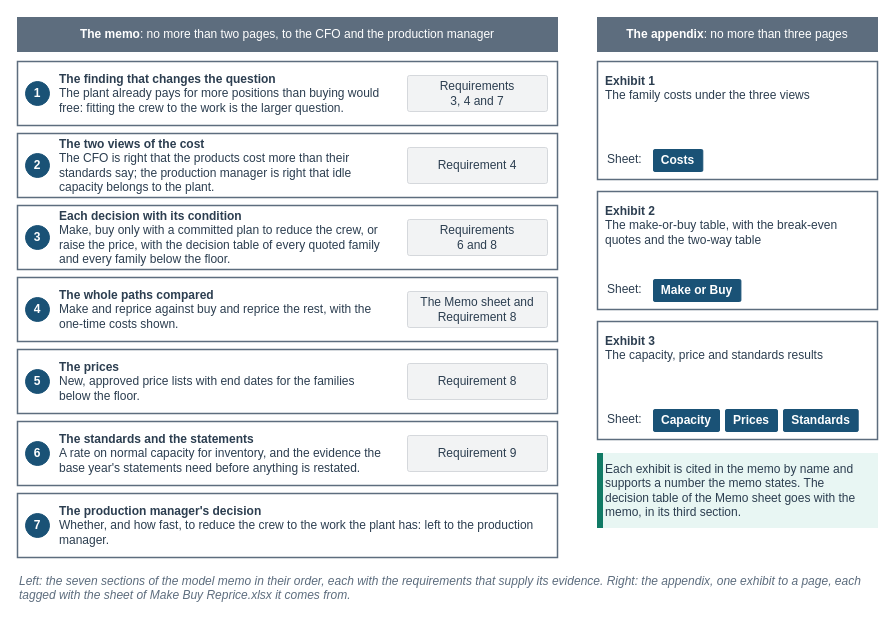
The draw.io diagram facts/instructor/figures/chapter-18-make-buy-or-reprice/IF-18-10-B.drawio in mmcodesso/Accounting_Analytics_Book, before the edit. Source tidied: cells renumbered, new cells numbered last; positions are measured from the earlier drawing's top-left corner, leaving out a move shared by most shapes. Both pictures are drawn from the tidied source at 100%, with x=0, y=0 at pixel (17, 17).
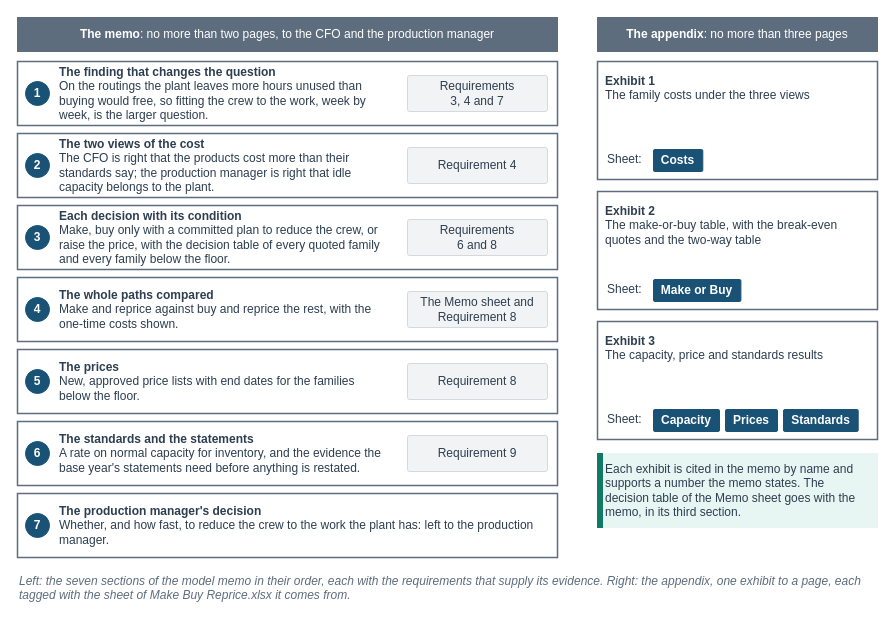
Above is the later version.

Diff of the diagram source:
```diff
@@
-    <mxCell id="7" value="&lt;b&gt;The finding that changes the question&lt;/b&gt;&lt;br&gt;The plant already pays for more positions than buying would free: fitting the crew to the work is the larger question." style="text;html=1;whiteSpace=wrap;align=left;verticalAlign=middle;fontSize=12;fontColor=#2C3E50;fontStyle=0;fontFamily=Helvetica;spacing=2;fillColor=none;strokeColor=none;" parent="1" vertex="1">
+    <mxCell id="7" value="&lt;b&gt;The finding that changes the question&lt;/b&gt;&lt;br&gt;On the routings the plant leaves more hours unused than buying would free, so fitting the crew to the work, week by week, is the larger question." style="text;html=1;whiteSpace=wrap;align=left;verticalAlign=middle;fontSize=12;fontColor=#2C3E50;fontStyle=0;fontFamily=Helvetica;spacing=2;fillColor=none;strokeColor=none;" parent="1" vertex="1">
       <mxGeometry x="40" y="46" width="326" height="60" as="geometry" />
     </mxCell>
```
